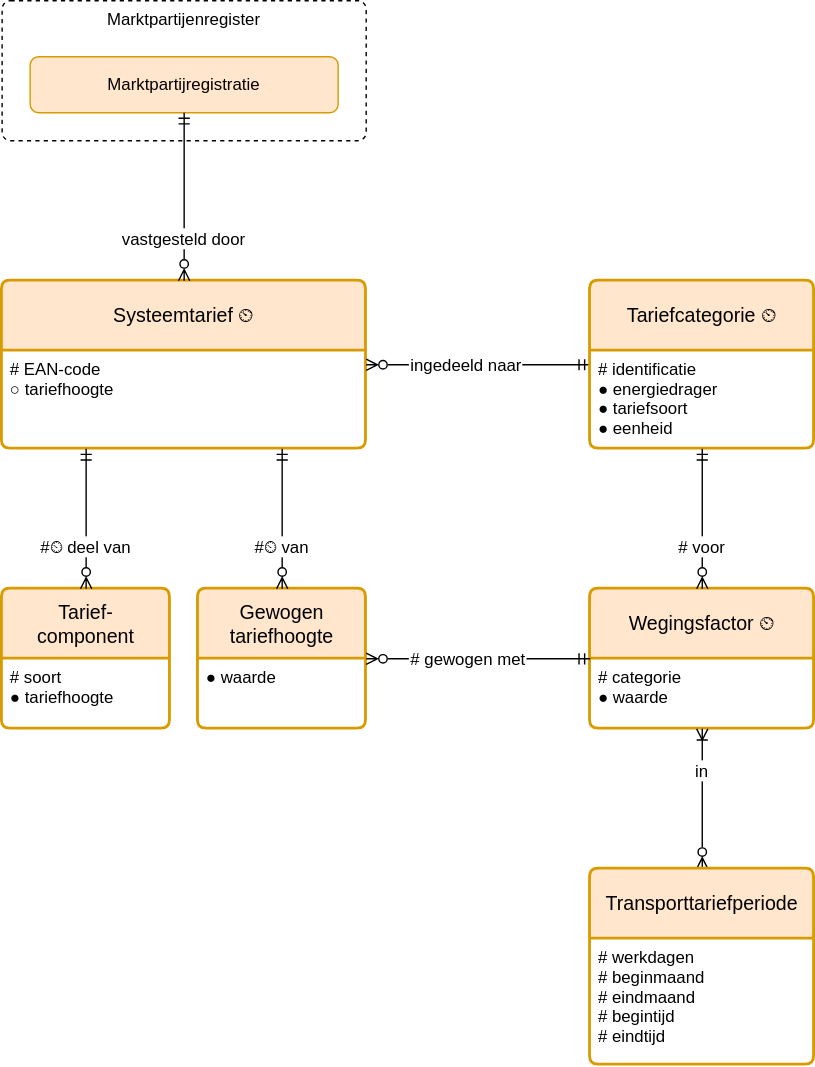
Earlier version of the draw.io export registers/tarievenregister/2.0/tarievenregister.drawio.svg (netbeheernederland/stelsel). Source tidied: cells renumbered, new cells last; positions are measured from the earlier drawing's top-left corner, leaving out a move shared by most shapes.
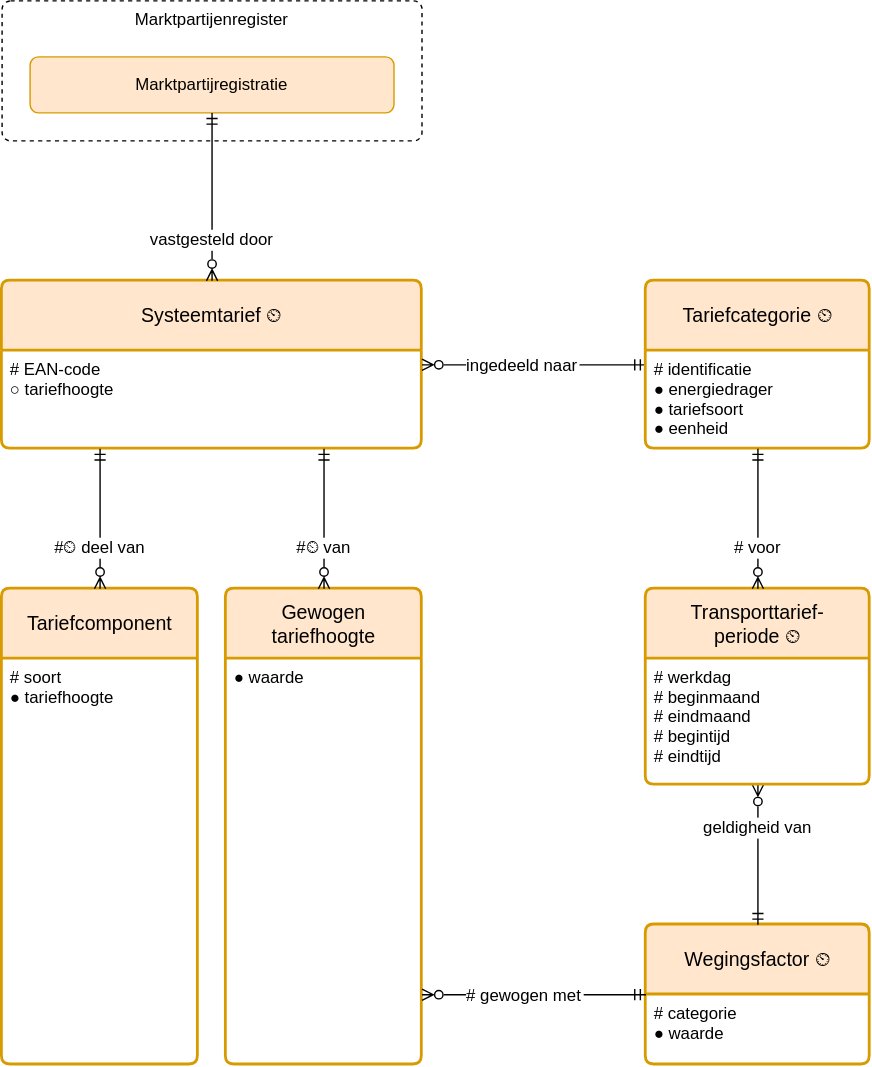
Above is the later version.

Diff of the diagram source:
```diff
@@ -3,66 +3,66 @@
     <mxCell id="0" />
     <mxCell id="1" parent="0" />
     <mxCell id="2" value="Gewogen tariefhoogte" style="swimlane;horizontal=1;startSize=50;rounded=1;fontSize=14;fontStyle=0;strokeWidth=2;shadow=0;dashed=0;align=center;fillColor=#ffe6cc;strokeColor=#d79b00;arcSize=4;whiteSpace=wrap;spacing=10;" parent="1" vertex="1">
-      <mxGeometry x="140" y="420" width="120" height="100" as="geometry" />
+      <mxGeometry x="160" y="420" width="140" height="340" as="geometry" />
     </mxCell>
     <mxCell id="3" value="● waarde" style="align=left;strokeColor=none;fillColor=none;spacingLeft=4;fontSize=12;verticalAlign=top;" parent="2" vertex="1">
-      <mxGeometry y="50" width="120" height="50" as="geometry" />
+      <mxGeometry y="50" width="140" height="290" as="geometry" />
     </mxCell>
     <mxCell id="4" value="Systeemtarief ⏲" style="swimlane;horizontal=1;startSize=50;rounded=1;fontSize=14;fontStyle=0;strokeWidth=2;shadow=0;dashed=0;align=center;fillColor=#ffe6cc;strokeColor=#d79b00;arcSize=4;whiteSpace=wrap;spacing=10;" parent="1" vertex="1">
-      <mxGeometry y="200" width="260" height="120" as="geometry" />
+      <mxGeometry y="200" width="300" height="120" as="geometry" />
     </mxCell>
     <mxCell id="5" value="# EAN-code&#10;○ tariefhoogte" style="align=left;strokeColor=none;fillColor=none;spacingLeft=4;fontSize=12;verticalAlign=top;" parent="4" vertex="1">
-      <mxGeometry y="50" width="260" height="70" as="geometry" />
+      <mxGeometry y="50" width="300" height="70" as="geometry" />
     </mxCell>
     <mxCell id="6" value="ingedeeld naar" style="fontSize=12;endArrow=ERmandOne;startArrow=ERzeroToMany;rounded=0;startFill=0;endFill=0;verticalAlign=middle;strokeColor=default;labelBackgroundColor=default;fontColor=default;align=left;elbow=vertical;" parent="1" edge="1" source="4" target="10">
       <mxGeometry x="-0.62" relative="1" as="geometry" />
     </mxCell>
     <mxCell id="7" value="Marktpartijenregister" style="rounded=1;whiteSpace=wrap;verticalAlign=top;sketch=0;fontSize=12;dashed=1;arcSize=12;absoluteArcSize=1;" parent="1" vertex="1">
-      <mxGeometry width="260" height="100" as="geometry" />
+      <mxGeometry width="300" height="100" as="geometry" />
     </mxCell>
     <mxCell id="8" value="Marktpartijregistratie" style="rounded=1;arcSize=12;whiteSpace=wrap;align=center;fillColor=#ffe6cc;strokeColor=#d79b00;absoluteArcSize=1;horizontal=1;" parent="1" vertex="1">
-      <mxGeometry x="20" y="40" width="220" height="40" as="geometry" />
+      <mxGeometry x="20" y="40" width="260" height="40" as="geometry" />
     </mxCell>
     <mxCell id="9" value="vastgesteld door" style="fontSize=12;endArrow=ERmandOne;startArrow=ERzeroToMany;rounded=0;startFill=0;endFill=0;verticalAlign=middle;strokeColor=default;labelBackgroundColor=default;fontColor=default;align=center;edgeStyle=elbowEdgeStyle;exitX=0.5;exitY=0;exitDx=0;exitDy=0;" parent="1" edge="1" source="4" target="8">
       <mxGeometry x="-0.5" relative="1" as="geometry" />
     </mxCell>
-    <mxCell id="10" value="Tariefcategorie ⏲" style="swimlane;horizontal=1;startSize=50;rounded=1;fontSize=14;fontStyle=0;strokeWidth=2;shadow=0;dashed=0;align=center;fillColor=#ffe6cc;strokeColor=#d79b00;arcSize=4;whiteSpace=wrap;spacing=10;" parent="1" vertex="1">
-      <mxGeometry x="420" y="200" width="160" height="120" as="geometry" />
+    <mxCell id="10" value="Tariefcategorie ⏲" style="swimlane;horizontal=1;startSize=50;rounded=1;fontSize=14;fontStyle=0;strokeWidth=2;shadow=0;dashed=0;align=center;fillColor=#ffe6cc;strokeColor=#d79b00;arcSize=4;whiteSpace=wrap;spacing=10;" parent="1" vertex="1">
+      <mxGeometry x="460" y="200" width="160" height="120" as="geometry" />
     </mxCell>
     <mxCell id="11" value="# identificatie&#10;● energiedrager&#10;● tariefsoort&#10;● eenheid" style="align=left;strokeColor=none;fillColor=none;spacingLeft=4;fontSize=12;verticalAlign=top;" parent="10" vertex="1">
       <mxGeometry y="50" width="160" height="70" as="geometry" />
     </mxCell>
-    <mxCell id="12" value="Tarief-component" style="swimlane;horizontal=1;startSize=50;rounded=1;fontSize=14;fontStyle=0;strokeWidth=2;shadow=0;dashed=0;align=center;fillColor=#ffe6cc;strokeColor=#d79b00;arcSize=4;whiteSpace=wrap;spacing=10;" parent="1" vertex="1">
-      <mxGeometry y="420" width="120" height="100" as="geometry" />
+    <mxCell id="12" value="Tariefcomponent" style="swimlane;horizontal=1;startSize=50;rounded=1;fontSize=14;fontStyle=0;strokeWidth=2;shadow=0;dashed=0;align=center;fillColor=#ffe6cc;strokeColor=#d79b00;arcSize=4;whiteSpace=wrap;spacing=10;" parent="1" vertex="1">
+      <mxGeometry y="420" width="140" height="340" as="geometry" />
     </mxCell>
     <mxCell id="13" value="# soort&#10;● tariefhoogte" style="align=left;strokeColor=none;fillColor=none;spacingLeft=4;fontSize=12;verticalAlign=top;" parent="12" vertex="1">
-      <mxGeometry y="50" width="120" height="50" as="geometry" />
+      <mxGeometry y="50" width="140" height="290" as="geometry" />
     </mxCell>
     <mxCell id="14" value="#⏲ deel van" style="fontSize=12;endArrow=ERmandOne;startArrow=ERzeroToMany;rounded=0;startFill=0;endFill=0;verticalAlign=middle;strokeColor=default;labelBackgroundColor=default;fontColor=default;align=center;edgeStyle=elbowEdgeStyle;" parent="1" edge="1" source="12" target="4">
       <mxGeometry x="-0.4" relative="1" as="geometry" />
     </mxCell>
-    <mxCell id="15" value="Wegingsfactor ⏲" style="swimlane;horizontal=1;startSize=50;rounded=1;fontSize=14;fontStyle=0;strokeWidth=2;shadow=0;dashed=0;align=center;fillColor=#ffe6cc;strokeColor=#d79b00;arcSize=4;whiteSpace=wrap;spacing=10;" parent="1" vertex="1">
-      <mxGeometry x="420" y="420" width="160" height="100" as="geometry" />
+    <mxCell id="15" value="Wegingsfactor ⏲" style="swimlane;horizontal=1;startSize=50;rounded=1;fontSize=14;fontStyle=0;strokeWidth=2;shadow=0;dashed=0;align=center;fillColor=#ffe6cc;strokeColor=#d79b00;arcSize=4;whiteSpace=wrap;spacing=10;" parent="1" vertex="1">
+      <mxGeometry x="460" y="660" width="160" height="100" as="geometry" />
     </mxCell>
     <mxCell id="16" value="# categorie&#10;● waarde" style="align=left;strokeColor=none;fillColor=none;spacingLeft=4;fontSize=12;verticalAlign=top;" parent="15" vertex="1">
       <mxGeometry y="50" width="160" height="50" as="geometry" />
     </mxCell>
-    <mxCell id="17" value="in" style="fontSize=12;endArrow=ERzeroToMany;startArrow=ERoneToMany;rounded=0;startFill=0;endFill=0;verticalAlign=middle;strokeColor=default;labelBackgroundColor=default;fontColor=default;align=center;edgeStyle=elbowEdgeStyle;" parent="1" edge="1" source="15" target="20">
-      <mxGeometry x="-0.4" relative="1" as="geometry" />
+    <mxCell id="17" value="geldigheid van" style="fontSize=12;endArrow=ERzeroToMany;startArrow=ERmandOne;rounded=0;startFill=0;endFill=0;verticalAlign=middle;strokeColor=default;labelBackgroundColor=default;fontColor=default;align=center;edgeStyle=elbowEdgeStyle;" parent="1" edge="1" source="15" target="20">
+      <mxGeometry x="0.4" relative="1" as="geometry" />
     </mxCell>
-    <mxCell id="18" value="# gewogen met" style="fontSize=12;endArrow=ERmandOne;startArrow=ERzeroToMany;rounded=0;startFill=0;endFill=0;verticalAlign=middle;strokeColor=default;labelBackgroundColor=default;fontColor=default;align=left;elbow=vertical;" parent="1" edge="1" source="2" target="15">
+    <mxCell id="18" value="# gewogen met" style="fontSize=12;endArrow=ERmandOne;startArrow=ERzeroToMany;rounded=0;startFill=0;endFill=0;verticalAlign=middle;strokeColor=default;labelBackgroundColor=default;fontColor=default;align=left;elbow=vertical;edgeStyle=elbowEdgeStyle;" parent="1" edge="1" source="2" target="15">
       <mxGeometry x="-0.62" relative="1" as="geometry" />
     </mxCell>
     <mxCell id="19" value="#⏲ van" style="fontSize=12;endArrow=ERmandOne;startArrow=ERzeroToMany;rounded=0;startFill=0;endFill=0;verticalAlign=middle;strokeColor=default;labelBackgroundColor=default;fontColor=default;align=center;edgeStyle=elbowEdgeStyle;" parent="1" edge="1" source="2" target="4">
       <mxGeometry x="-0.4" relative="1" as="geometry" />
     </mxCell>
-    <mxCell id="20" value="Transporttariefperiode" style="swimlane;horizontal=1;startSize=50;rounded=1;fontSize=14;fontStyle=0;strokeWidth=2;shadow=0;dashed=0;align=center;fillColor=#ffe6cc;strokeColor=#d79b00;arcSize=4;whiteSpace=wrap;spacing=10;" parent="1" vertex="1">
-      <mxGeometry x="420" y="620" width="160" height="140" as="geometry" />
+    <mxCell id="20" value="Transporttarief-&#10;periode ⏲" style="swimlane;horizontal=1;startSize=50;rounded=1;fontSize=14;fontStyle=0;strokeWidth=2;shadow=0;dashed=0;align=center;fillColor=#ffe6cc;strokeColor=#d79b00;arcSize=4;whiteSpace=wrap;spacing=10;" parent="1" vertex="1">
+      <mxGeometry x="460" y="420" width="160" height="140" as="geometry" />
     </mxCell>
-    <mxCell id="21" value="# werkdagen&#10;# beginmaand&#10;# eindmaand&#10;# begintijd&#10;# eindtijd" style="align=left;strokeColor=none;fillColor=none;spacingLeft=4;fontSize=12;verticalAlign=top;" parent="20" vertex="1">
+    <mxCell id="21" value="# werkdag&#10;# beginmaand&#10;# eindmaand&#10;# begintijd&#10;# eindtijd" style="align=left;strokeColor=none;fillColor=none;spacingLeft=4;fontSize=12;verticalAlign=top;" parent="20" vertex="1">
       <mxGeometry y="50" width="160" height="90" as="geometry" />
     </mxCell>
-    <mxCell id="22" value="# voor" style="fontSize=12;endArrow=ERmandOne;startArrow=ERzeroToMany;rounded=0;startFill=0;endFill=0;verticalAlign=middle;strokeColor=default;labelBackgroundColor=default;fontColor=default;align=center;edgeStyle=elbowEdgeStyle;elbow=vertical;" parent="1" edge="1" source="15" target="10">
+    <mxCell id="22" value="# voor" style="fontSize=12;endArrow=ERmandOne;startArrow=ERzeroToMany;rounded=0;startFill=0;endFill=0;verticalAlign=middle;strokeColor=default;labelBackgroundColor=default;fontColor=default;align=center;edgeStyle=elbowEdgeStyle;" parent="1" edge="1" source="20" target="10">
       <mxGeometry x="-0.4" relative="1" as="geometry" />
     </mxCell>
   </root>
```
